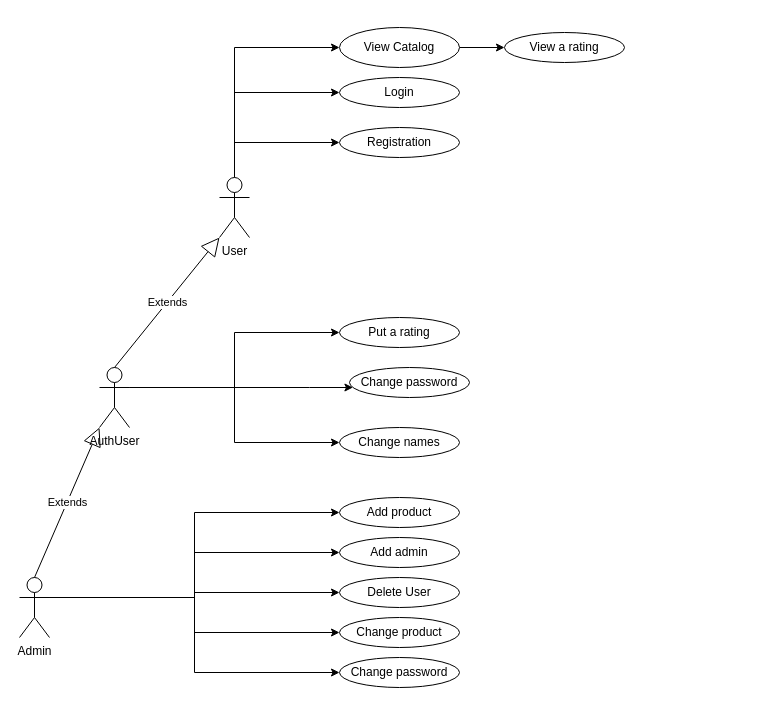
Above: Untitled Diagram.drawio in Deeathwiing/brackets (draw.io), before the change. Source tidied: cells renumbered, new cells numbered last; positions are measured from the earlier drawing's top-left corner, leaving out a move shared by most shapes. Both pictures are drawn from the tidied source at 100%, with x=0, y=0 at pixel (19, 27).
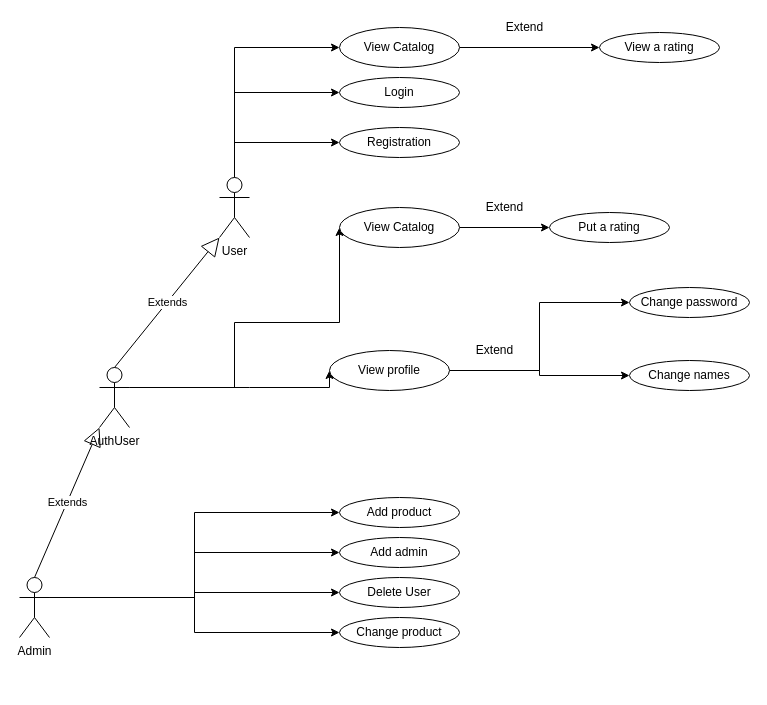
Above is the later version.

Unchanged cells that the change refers to:
```xml
<mxCell id="7" value="Admin" style="shape=umlActor;verticalLabelPosition=bottom;verticalAlign=top;html=1;outlineConnect=0;" parent="1" vertex="1">
  <mxGeometry y="550" width="30" height="60" as="geometry" />
</mxCell>
<mxCell id="15" value="AuthUser" style="shape=umlActor;verticalLabelPosition=bottom;verticalAlign=top;html=1;outlineConnect=0;" parent="1" vertex="1">
  <mxGeometry x="80" y="340" width="30" height="60" as="geometry" />
</mxCell>
```

What changed in the source:
```diff
@@
-    <mxCell id="5" style="edgeStyle=orthogonalEdgeStyle;rounded=0;jettySize=auto;html=1;exitX=1;exitY=0.3333333333333333;exitDx=0;exitDy=0;exitPerimeter=0;entryX=0;entryY=0.5;entryDx=0;entryDy=0;" parent="1" edge="1" source="7" target="27">
-      <mxGeometry relative="1" as="geometry" />
-    </mxCell>
@@
-    <mxCell id="12" style="edgeStyle=orthogonalEdgeStyle;rounded=0;jettySize=auto;html=1;exitX=1;exitY=0.3333333333333333;exitDx=0;exitDy=0;exitPerimeter=0;entryX=0;entryY=0.5;entryDx=0;entryDy=0;" parent="1" edge="1" source="15" target="20">
-      <mxGeometry relative="1" as="geometry" />
-    </mxCell>
-    <mxCell id="13" style="edgeStyle=orthogonalEdgeStyle;rounded=0;jettySize=auto;html=1;exitX=1;exitY=0.3333333333333333;exitDx=0;exitDy=0;exitPerimeter=0;" parent="1" edge="1" source="15" target="21">
-      <mxGeometry relative="1" as="geometry">
-        <Array as="points">
-          <mxPoint x="290" y="360" />
-          <mxPoint x="290" y="360" />
-        </Array>
-      </mxGeometry>
-    </mxCell>
-    <mxCell id="14" style="edgeStyle=orthogonalEdgeStyle;rounded=0;jettySize=auto;html=1;exitX=1;exitY=0.3333333333333333;exitDx=0;exitDy=0;exitPerimeter=0;entryX=0;entryY=0.5;entryDx=0;entryDy=0;" parent="1" edge="1" source="15" target="22">
-      <mxGeometry relative="1" as="geometry" />
-    </mxCell>
+    <mxCell id="31" style="edgeStyle=orthogonalEdgeStyle;rounded=0;jettySize=auto;html=1;entryX=0;entryY=0.5;entryDx=0;entryDy=0;" parent="1" edge="1" source="15" target="35">
+      <mxGeometry relative="1" as="geometry">
+        <Array as="points">
+          <mxPoint x="215" y="360" />
+          <mxPoint x="215" y="295" />
+        </Array>
+      </mxGeometry>
+    </mxCell>
+    <mxCell id="32" style="edgeStyle=orthogonalEdgeStyle;rounded=0;jettySize=auto;html=1;entryX=0;entryY=0.5;entryDx=0;entryDy=0;" parent="1" edge="1" source="15" target="39">
+      <mxGeometry relative="1" as="geometry">
+        <Array as="points">
+          <mxPoint x="230" y="360" />
+          <mxPoint x="230" y="360" />
+        </Array>
+      </mxGeometry>
+    </mxCell>
@@
     <mxCell id="20" value="Put a rating" style="ellipse;whiteSpace=wrap;html=1;" parent="1" vertex="1">
-      <mxGeometry x="320" y="290" width="120" height="30" as="geometry" />
+      <mxGeometry x="530" y="185" width="120" height="30" as="geometry" />
     </mxCell>
     <mxCell id="21" value="Change password" style="ellipse;whiteSpace=wrap;html=1;" parent="1" vertex="1">
-      <mxGeometry x="330" y="340" width="120" height="30" as="geometry" />
+      <mxGeometry x="610" y="260" width="120" height="30" as="geometry" />
     </mxCell>
     <mxCell id="22" value="Change names" style="ellipse;whiteSpace=wrap;html=1;" parent="1" vertex="1">
-      <mxGeometry x="320" y="400" width="120" height="30" as="geometry" />
+      <mxGeometry x="610" y="333" width="120" height="30" as="geometry" />
     </mxCell>
@@
-    <mxCell id="27" value="Change password" style="ellipse;whiteSpace=wrap;html=1;" parent="1" vertex="1">
-      <mxGeometry x="320" y="630" width="120" height="30" as="geometry" />
-    </mxCell>
@@
     <mxCell id="30" value="View a rating" style="ellipse;whiteSpace=wrap;html=1;" parent="1" vertex="1">
-      <mxGeometry x="485" y="5" width="120" height="30" as="geometry" />
+      <mxGeometry x="580" y="5" width="120" height="30" as="geometry" />
     </mxCell>
+    <mxCell id="33" value="Extend" style="text;html=1;align=center;verticalAlign=middle;" parent="1" vertex="1">
+      <mxGeometry x="480" y="-10" width="50" height="20" as="geometry" />
+    </mxCell>
+    <mxCell id="34" style="edgeStyle=orthogonalEdgeStyle;rounded=0;jettySize=auto;html=1;entryX=0;entryY=0.5;entryDx=0;entryDy=0;" parent="1" edge="1" source="35" target="20">
+      <mxGeometry relative="1" as="geometry" />
+    </mxCell>
+    <mxCell id="35" value="View Catalog" style="ellipse;whiteSpace=wrap;html=1;" parent="1" vertex="1">
+      <mxGeometry x="320" y="180" width="120" height="40" as="geometry" />
+    </mxCell>
+    <mxCell id="36" value="Extend" style="text;html=1;align=center;verticalAlign=middle;" parent="1" vertex="1">
+      <mxGeometry x="460" y="170" width="50" height="20" as="geometry" />
+    </mxCell>
+    <mxCell id="37" style="edgeStyle=orthogonalEdgeStyle;rounded=0;jettySize=auto;html=1;entryX=0;entryY=0.5;entryDx=0;entryDy=0;" parent="1" edge="1" source="39" target="21">
+      <mxGeometry relative="1" as="geometry" />
+    </mxCell>
+    <mxCell id="38" style="edgeStyle=orthogonalEdgeStyle;rounded=0;jettySize=auto;html=1;entryX=0;entryY=0.5;entryDx=0;entryDy=0;" parent="1" edge="1" source="39" target="22">
+      <mxGeometry relative="1" as="geometry" />
+    </mxCell>
+    <mxCell id="39" value="View profile" style="ellipse;whiteSpace=wrap;html=1;" parent="1" vertex="1">
+      <mxGeometry x="310" y="323" width="120" height="40" as="geometry" />
+    </mxCell>
+    <mxCell id="40" value="Extend" style="text;html=1;align=center;verticalAlign=middle;" parent="1" vertex="1">
+      <mxGeometry x="450" y="313" width="50" height="20" as="geometry" />
+    </mxCell>
```
